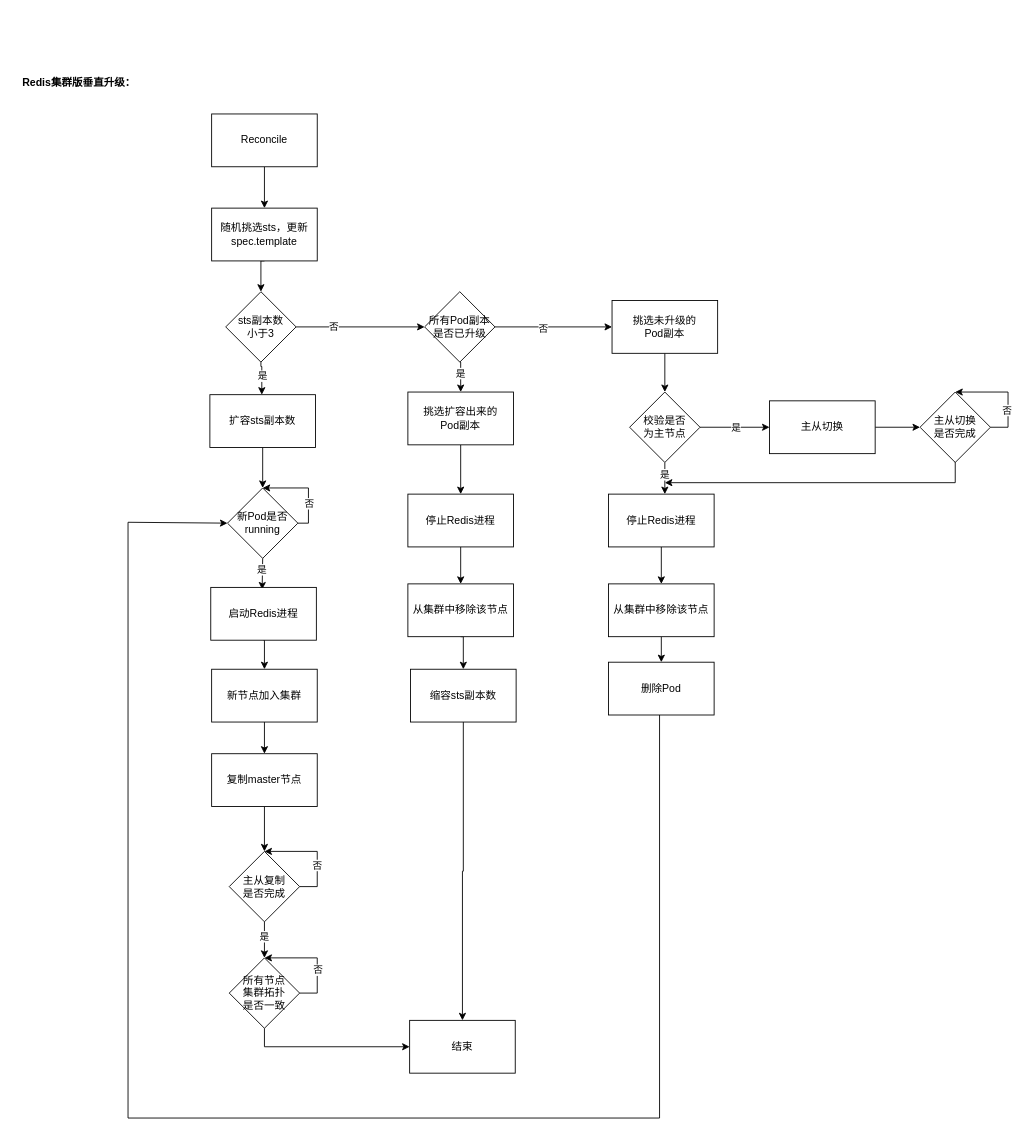
This is diagrams/redis集群垂直升级.drawio from fengyinqiao/cloudimg, a draw.io file, before an edit. Source tidied: cells renumbered, new cells numbered last; positions are measured from the earlier drawing's top-left corner, leaving out a move shared by most shapes. Both pictures are drawn from the tidied source at 88%, with x=0, y=0 at pixel (15, 70).
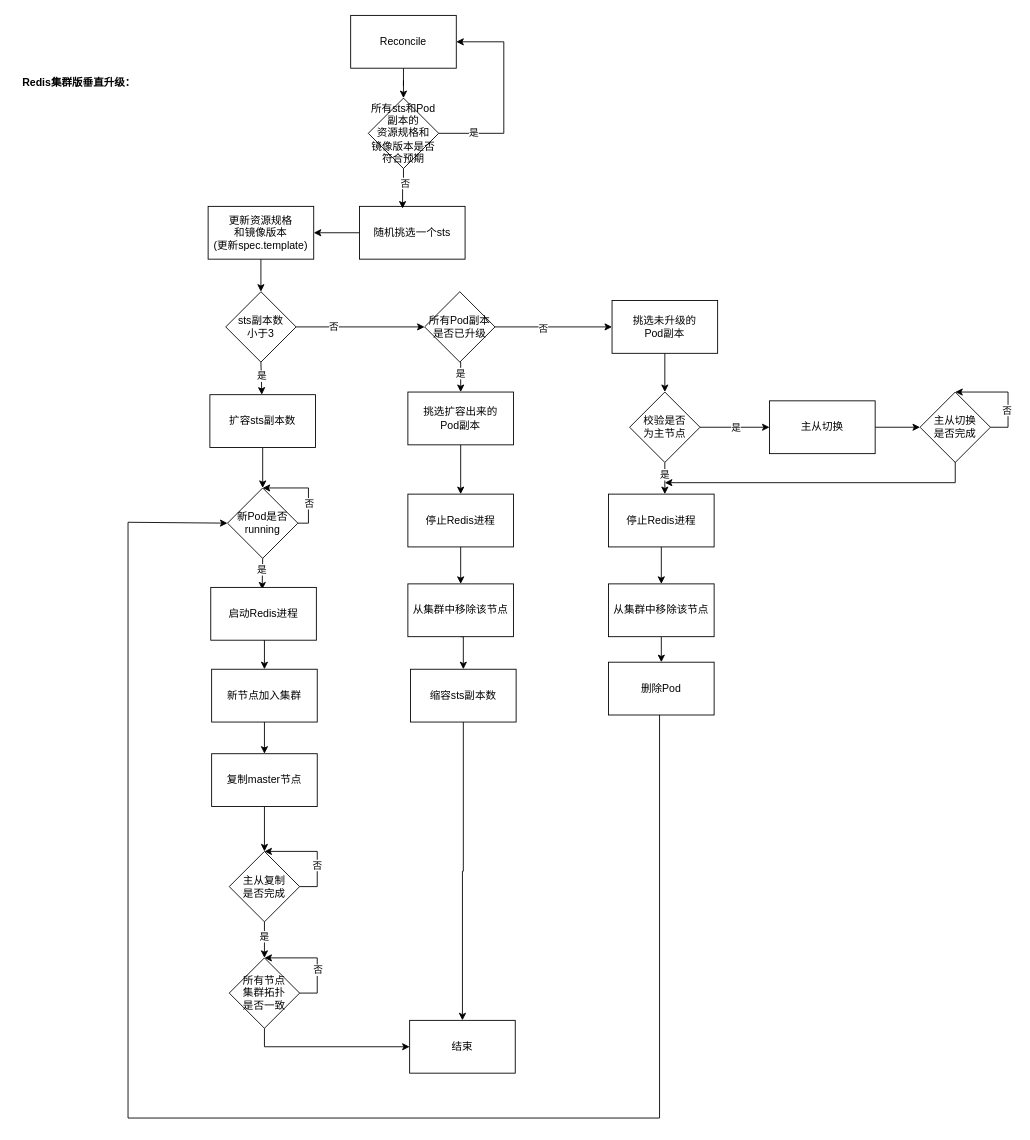
After the change.

Commit message (it also covers changes not shown here):
更新redis集群垂直升级.drawio

The change refers to these unchanged cells:
```xml
<mxCell id="11" value="sts副本数&lt;br&gt;小于3" style="rhombus;whiteSpace=wrap;html=1;" parent="1" vertex="1">
  <mxGeometry x="239" y="252" width="80" height="80" as="geometry" />
</mxCell>
```

The edit, as a diff of the source:
```diff
@@
-    <mxCell id="2" style="edgeStyle=orthogonalEdgeStyle;rounded=0;jettySize=auto;html=1;exitX=0.5;exitY=1;exitDx=0;exitDy=0;entryX=0.5;entryY=0;entryDx=0;entryDy=0;" parent="1" edge="1" source="3" target="6">
-      <mxGeometry relative="1" as="geometry" />
-    </mxCell>
+    <mxCell id="67" style="edgeStyle=orthogonalEdgeStyle;rounded=0;jettySize=auto;html=1;exitX=0.5;exitY=1;exitDx=0;exitDy=0;" parent="1" edge="1" source="3" target="71">
+      <mxGeometry relative="1" as="geometry" />
+    </mxCell>
     <mxCell id="3" value="Reconcile" style="rounded=0;whiteSpace=wrap;html=1;" parent="1" vertex="1">
-      <mxGeometry x="223" y="50" width="120" height="60" as="geometry" />
+      <mxGeometry x="381" y="-62" width="120" height="60" as="geometry" />
     </mxCell>
@@
-    <mxCell id="5" style="edgeStyle=orthogonalEdgeStyle;rounded=0;jettySize=auto;html=1;exitX=0.5;exitY=1;exitDx=0;exitDy=0;entryX=0.5;entryY=0;entryDx=0;entryDy=0;" parent="1" edge="1" source="6" target="11">
-      <mxGeometry relative="1" as="geometry" />
-    </mxCell>
+    <mxCell id="68" style="edgeStyle=orthogonalEdgeStyle;rounded=0;jettySize=auto;html=1;exitX=0;exitY=0.5;exitDx=0;exitDy=0;entryX=1;entryY=0.5;entryDx=0;entryDy=0;" parent="1" edge="1" source="6" target="75">
+      <mxGeometry relative="1" as="geometry" />
+    </mxCell>
-    <mxCell id="6" value="随机挑选sts，更新spec.template" style="rounded=0;whiteSpace=wrap;html=1;" parent="1" vertex="1">
-      <mxGeometry x="223" y="157" width="120" height="60" as="geometry" />
+    <mxCell id="6" value="随机挑选一个sts" style="rounded=0;whiteSpace=wrap;html=1;" parent="1" vertex="1">
+      <mxGeometry x="391" y="155" width="120" height="60" as="geometry" />
     </mxCell>
     <mxCell id="7" style="edgeStyle=orthogonalEdgeStyle;rounded=0;jettySize=auto;html=1;exitX=0.5;exitY=1;exitDx=0;exitDy=0;entryX=0.5;entryY=0;entryDx=0;entryDy=0;" parent="1" edge="1" source="11">
       <mxGeometry relative="1" as="geometry">
         <mxPoint x="280" y="369" as="targetPoint" />
         <Array as="points">
-          <mxPoint x="279" y="337" />
-          <mxPoint x="280" y="337" />
+          <mxPoint x="279" y="369" />
         </Array>
       </mxGeometry>
     </mxCell>
@@
+    <mxCell id="69" style="edgeStyle=orthogonalEdgeStyle;rounded=0;jettySize=auto;html=1;exitX=0.5;exitY=1;exitDx=0;exitDy=0;entryX=0.408;entryY=0.042;entryDx=0;entryDy=0;entryPerimeter=0;" parent="1" edge="1" source="71" target="6">
+      <mxGeometry relative="1" as="geometry" />
+    </mxCell>
+    <mxCell id="70" value="否" style="edgeLabel;html=1;align=center;verticalAlign=middle;" parent="69" vertex="1">
+      <mxGeometry x="-0.31" y="1" relative="1" as="geometry" />
+    </mxCell>
+    <mxCell id="71" value="所有sts和Pod副本的&lt;br&gt;资源规格和&lt;br&gt;镜像版本是否符合预期" style="rhombus;whiteSpace=wrap;html=1;" parent="1" vertex="1">
+      <mxGeometry x="401" y="32" width="80" height="80" as="geometry" />
+    </mxCell>
+    <mxCell id="72" style="edgeStyle=orthogonalEdgeStyle;rounded=0;jettySize=auto;html=1;exitX=1;exitY=0.5;exitDx=0;exitDy=0;entryX=1;entryY=0.5;entryDx=0;entryDy=0;" parent="1" edge="1" source="71" target="3">
+      <mxGeometry relative="1" as="geometry">
+        <Array as="points">
+          <mxPoint x="555" y="72" />
+          <mxPoint x="555" y="-32" />
+        </Array>
+      </mxGeometry>
+    </mxCell>
+    <mxCell id="73" value="是" style="edgeLabel;html=1;align=center;verticalAlign=middle;" parent="72" vertex="1">
+      <mxGeometry x="-0.66" y="-1" relative="1" as="geometry">
+        <mxPoint y="-2" as="offset" />
+      </mxGeometry>
+    </mxCell>
+    <mxCell id="74" style="edgeStyle=orthogonalEdgeStyle;rounded=0;jettySize=auto;html=1;exitX=0.5;exitY=1;exitDx=0;exitDy=0;entryX=0.5;entryY=0;entryDx=0;entryDy=0;" parent="1" edge="1" source="75" target="11">
+      <mxGeometry relative="1" as="geometry" />
+    </mxCell>
+    <mxCell id="75" value="更新资源规格&lt;br&gt;和镜像版本&lt;br&gt;(更新spec.template)" style="rounded=0;whiteSpace=wrap;html=1;" parent="1" vertex="1">
+      <mxGeometry x="219" y="155" width="120" height="60" as="geometry" />
+    </mxCell>
```
